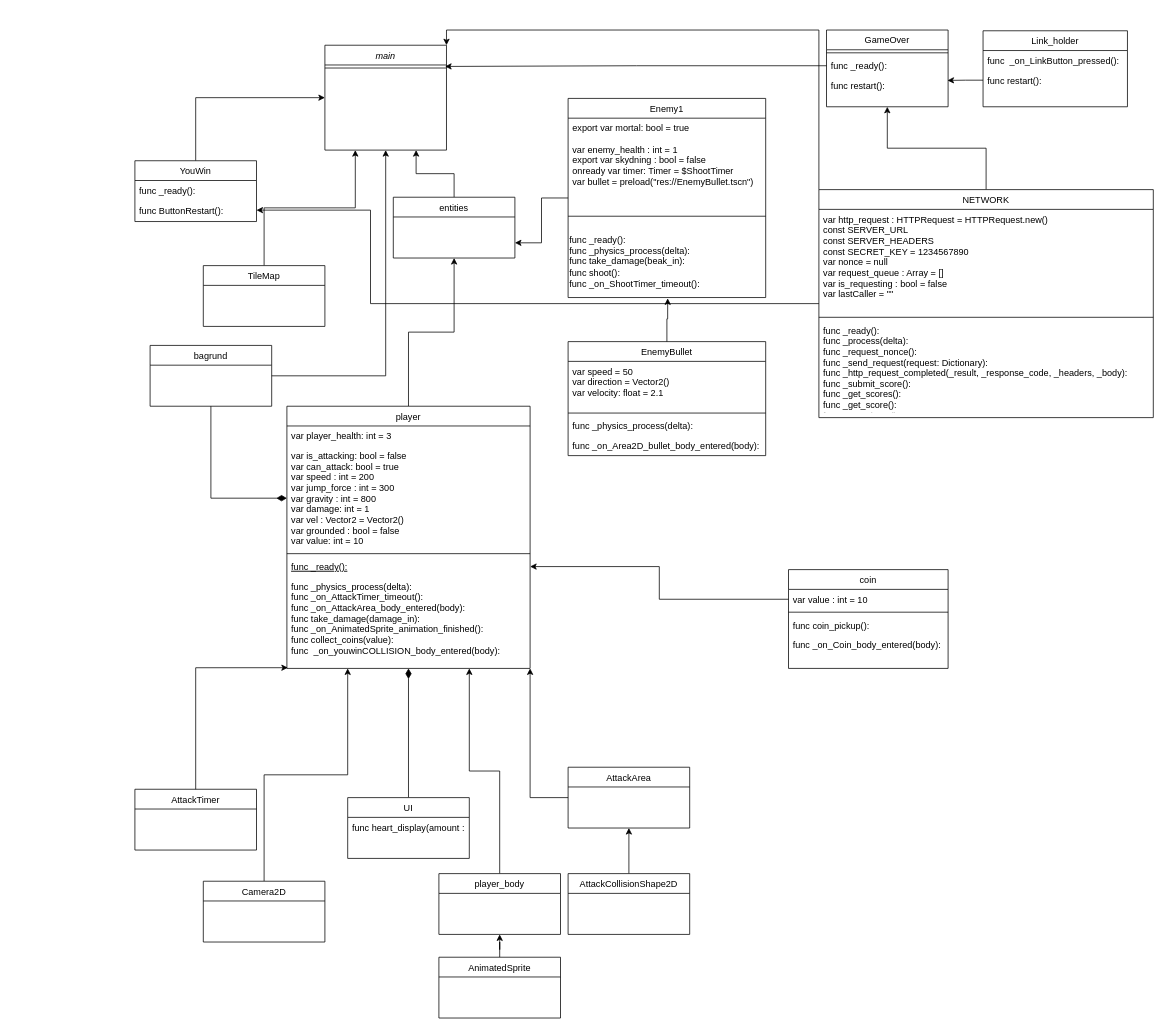
Before: Unavngivet diagram.drawio in Anasbananhovede/eksame-projekt, a draw.io diagram. Source tidied: cells renumbered, new cells numbered last; positions are measured from the earlier drawing's top-left corner, leaving out a move shared by most shapes. Both pictures are drawn from the tidied source at 76%, with x=0, y=0 at pixel (135, 30).
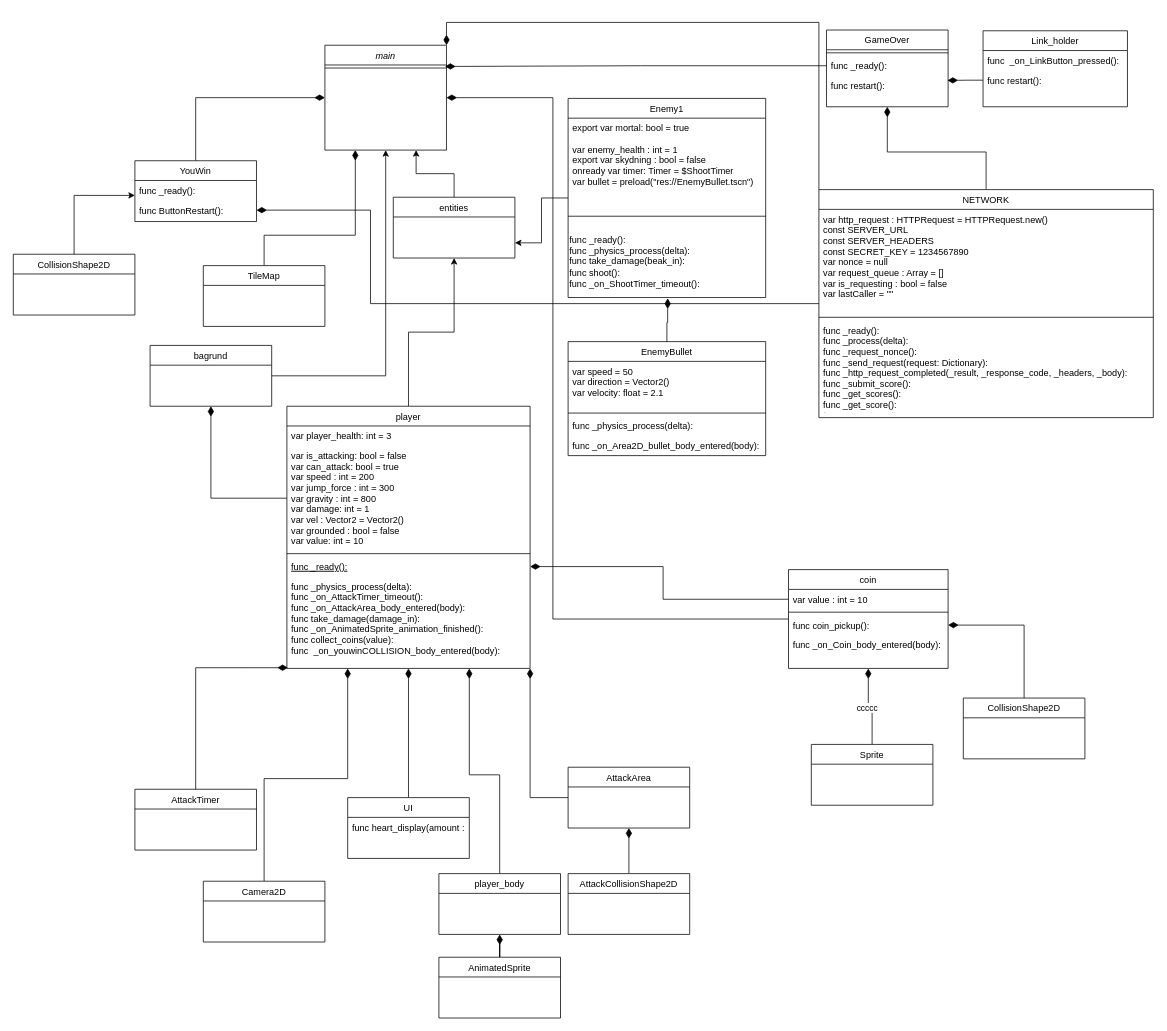
The same diagram, later.

Commit message:
næsten færdig, laver de sidste pile, og double checker om der noget jeg mangler at tilføje.drawio

Unchanged cells that the change refers to:
```xml
<mxCell id="2" value="main&#10;" style="swimlane;fontStyle=2;align=center;verticalAlign=top;horizontal=1;startSize=26;rounded=0;shadow=0;strokeWidth=1;" parent="1" vertex="1">
<mxCell id="3" style="line;html=1;strokeWidth=1;align=left;verticalAlign=middle;spacingTop=-1;spacingLeft=3;spacingRight=3;labelPosition=right;points=[];portConstraint=eastwest;" parent="2" vertex="1">
<mxCell id="5" value="player&#10;" style="swimlane;fontStyle=0;align=center;verticalAlign=top;horizontal=1;startSize=26;rounded=0;shadow=0;strokeWidth=1;" parent="1" vertex="1">
<mxCell id="7" value="var is_attacking: bool = false&#10;var can_attack: bool = true&#10;var speed : int = 200&#10;var jump_force : int = 300&#10;var gravity : int = 800&#10;var damage: int = 1&#10;var vel : Vector2 = Vector2()&#10;var grounded : bool = false&#10;var value: int = 10" style="text;align=left;verticalAlign=top;spacingLeft=4;spacingRight=4;overflow=hidden;points=[[0,0.5],[1,0.5]];portConstraint=eastwest;rounded=0;shadow=0;html=0;" parent="5" vertex="1">
<mxCell id="9" value="func _ready():&#10;&#10;" style="text;align=left;verticalAlign=top;spacingLeft=4;spacingRight=4;overflow=hidden;points=[[0,0.5],[1,0.5]];portConstraint=eastwest;fontStyle=4;" parent="5" vertex="1">
<mxCell id="10" value="func _physics_process(delta):&#10;func _on_AttackTimer_timeout():&#10;func _on_AttackArea_body_entered(body):&#10;func take_damage(damage_in):&#10;func _on_AnimatedSprite_animation_finished():&#10;func collect_coins(value):&#10;func  _on_youwinCOLLISION_body_entered(body):&#10;&#10;" style="text;align=left;verticalAlign=top;spacingLeft=4;spacingRight=4;overflow=hidden;points=[[0,0.5],[1,0.5]];portConstraint=eastwest;" parent="5" vertex="1">
<mxCell id="15" value="func _ready():&lt;br&gt;func _physics_process(delta):&lt;br&gt;func take_damage(beak_in):&lt;br&gt;func shoot():&lt;br&gt;func _on_ShootTimer_timeout():" style="text;html=1;align=left;verticalAlign=middle;points=[];strokeColor=none;fillColor=none;" parent="12" vertex="1">
<mxCell id="16" value="coin&#10;" style="swimlane;fontStyle=0;align=center;verticalAlign=top;horizontal=1;startSize=26;rounded=0;shadow=0;strokeWidth=1;" parent="1" vertex="1">
<mxCell id="17" value="var value : int = 10" style="text;align=left;verticalAlign=top;spacingLeft=4;spacingRight=4;overflow=hidden;points=[[0,0.5],[1,0.5]];portConstraint=eastwest;" parent="16" vertex="1">
<mxCell id="19" value="func coin_pickup():" style="text;align=left;verticalAlign=top;spacingLeft=4;spacingRight=4;overflow=hidden;points=[[0,0.5],[1,0.5]];portConstraint=eastwest;" parent="16" vertex="1">
<mxCell id="21" value="EnemyBullet" style="swimlane;fontStyle=0;align=center;verticalAlign=top;horizontal=1;startSize=26;rounded=0;shadow=0;strokeWidth=1;" parent="1" vertex="1">
<mxCell id="27" value="YouWin" style="swimlane;fontStyle=0;align=center;verticalAlign=top;horizontal=1;startSize=26;rounded=0;shadow=0;strokeWidth=1;" parent="1" vertex="1">
<mxCell id="29" value="func ButtonRestart():" style="text;align=left;verticalAlign=top;spacingLeft=4;spacingRight=4;overflow=hidden;points=[[0,0.5],[1,0.5]];portConstraint=eastwest;" parent="27" vertex="1">
<mxCell id="30" value="GameOver" style="swimlane;fontStyle=0;align=center;verticalAlign=top;horizontal=1;startSize=26;rounded=0;shadow=0;strokeWidth=1;" parent="1" vertex="1">
<mxCell id="32" value="func _ready():" style="text;align=left;verticalAlign=top;spacingLeft=4;spacingRight=4;overflow=hidden;points=[[0,0.5],[1,0.5]];portConstraint=eastwest;" parent="30" vertex="1">
<mxCell id="33" value="func restart():" style="text;align=left;verticalAlign=top;spacingLeft=4;spacingRight=4;overflow=hidden;points=[[0,0.5],[1,0.5]];portConstraint=eastwest;" parent="30" vertex="1">
<mxCell id="36" value="func restart():" style="text;align=left;verticalAlign=top;spacingLeft=4;spacingRight=4;overflow=hidden;points=[[0,0.5],[1,0.5]];portConstraint=eastwest;" parent="34" vertex="1">
<mxCell id="43" value="NETWORK" style="swimlane;fontStyle=0;align=center;verticalAlign=top;horizontal=1;startSize=26;rounded=0;shadow=0;strokeWidth=1;" parent="1" vertex="1">
<mxCell id="50" value="AttackArea" style="swimlane;fontStyle=0;align=center;verticalAlign=top;horizontal=1;startSize=26;rounded=0;shadow=0;strokeWidth=1;" parent="1" vertex="1">
<mxCell id="53" value="AttackCollisionShape2D" style="swimlane;fontStyle=0;align=center;verticalAlign=top;horizontal=1;startSize=26;rounded=0;shadow=0;strokeWidth=1;" parent="1" vertex="1">
<mxCell id="54" value="AttackTimer" style="swimlane;fontStyle=0;align=center;verticalAlign=top;horizontal=1;startSize=26;rounded=0;shadow=0;strokeWidth=1;" parent="1" vertex="1">
<mxCell id="57" value="Camera2D" style="swimlane;fontStyle=0;align=center;verticalAlign=top;horizontal=1;startSize=26;rounded=0;shadow=0;strokeWidth=1;" parent="1" vertex="1">
<mxCell id="59" value="player_body" style="swimlane;fontStyle=0;align=center;verticalAlign=top;horizontal=1;startSize=26;rounded=0;shadow=0;strokeWidth=1;" parent="1" vertex="1">
<mxCell id="61" value="AnimatedSprite" style="swimlane;fontStyle=0;align=center;verticalAlign=top;horizontal=1;startSize=26;rounded=0;shadow=0;strokeWidth=1;" parent="1" vertex="1">
<mxCell id="63" value="TileMap&#10;" style="swimlane;fontStyle=0;align=center;verticalAlign=top;horizontal=1;startSize=26;rounded=0;shadow=0;strokeWidth=1;" parent="1" vertex="1">
<mxCell id="68" value="bagrund" style="swimlane;fontStyle=0;align=center;verticalAlign=top;horizontal=1;startSize=26;rounded=0;shadow=0;strokeWidth=1;" parent="1" vertex="1">
```

The edit, as a diff of the source:
```diff
@@
+    <mxCell id="70" style="edgeStyle=orthogonalEdgeStyle;rounded=0;jettySize=auto;html=1;entryX=1;entryY=0.5;entryDx=0;entryDy=0;endArrow=diamondThin;endFill=1;endSize=11;" parent="1" edge="1" source="16" target="2">
+      <mxGeometry relative="1" as="geometry">
+        <Array as="points">
+          <mxPoint x="550" y="775" />
+          <mxPoint x="550" y="89" />
+        </Array>
+      </mxGeometry>
+    </mxCell>
@@
-    <mxCell id="26" style="edgeStyle=orthogonalEdgeStyle;rounded=0;jettySize=auto;html=1;entryX=0;entryY=0.5;entryDx=0;entryDy=0;exitX=0.5;exitY=0;exitDx=0;exitDy=0;" parent="1" edge="1" source="27" target="2">
+    <mxCell id="26" style="edgeStyle=orthogonalEdgeStyle;rounded=0;jettySize=auto;html=1;entryX=0;entryY=0.5;entryDx=0;entryDy=0;exitX=0.5;exitY=0;exitDx=0;exitDy=0;endArrow=diamondThin;endFill=1;endSize=11;" parent="1" edge="1" source="27" target="2">
       <mxGeometry relative="1" as="geometry" />
     </mxCell>
@@
-    <mxCell id="40" style="edgeStyle=orthogonalEdgeStyle;rounded=0;jettySize=auto;html=1;entryX=0.5;entryY=1;entryDx=0;entryDy=0;" parent="1" edge="1" source="43" target="30">
+    <mxCell id="40" style="edgeStyle=orthogonalEdgeStyle;rounded=0;jettySize=auto;html=1;entryX=0.5;entryY=1;entryDx=0;entryDy=0;endArrow=diamondThin;endFill=1;endSize=11;" parent="1" edge="1" source="43" target="30">
       <mxGeometry relative="1" as="geometry" />
     </mxCell>
-    <mxCell id="41" style="edgeStyle=orthogonalEdgeStyle;rounded=0;jettySize=auto;html=1;exitX=0;exitY=0;exitDx=0;exitDy=0;entryX=1;entryY=0;entryDx=0;entryDy=0;" parent="1" edge="1" source="43" target="2">
+    <mxCell id="41" style="edgeStyle=orthogonalEdgeStyle;rounded=0;jettySize=auto;html=1;exitX=0;exitY=0;exitDx=0;exitDy=0;entryX=1;entryY=0;entryDx=0;entryDy=0;endArrow=diamondThin;endFill=1;endSize=11;" parent="1" edge="1" source="43" target="2">
       <mxGeometry relative="1" as="geometry" />
     </mxCell>
-    <mxCell id="42" style="edgeStyle=orthogonalEdgeStyle;rounded=0;jettySize=auto;html=1;entryX=1;entryY=0.5;entryDx=0;entryDy=0;" parent="1" edge="1" source="43" target="29">
+    <mxCell id="42" style="edgeStyle=orthogonalEdgeStyle;rounded=0;jettySize=auto;html=1;entryX=1;entryY=0.5;entryDx=0;entryDy=0;endArrow=diamondThin;endFill=1;endSize=11;" parent="1" edge="1" source="43" target="29">
       <mxGeometry relative="1" as="geometry">
         <Array as="points">
           <mxPoint x="310" y="360" />
           <mxPoint x="310" y="237" />
         </Array>
       </mxGeometry>
     </mxCell>
@@
-    <mxCell id="47" style="edgeStyle=orthogonalEdgeStyle;rounded=0;jettySize=auto;html=1;entryX=0.504;entryY=1.034;entryDx=0;entryDy=0;entryPerimeter=0;" parent="1" edge="1" source="21" target="15">
+    <mxCell id="47" style="edgeStyle=orthogonalEdgeStyle;rounded=0;jettySize=auto;html=1;entryX=0.504;entryY=1.034;entryDx=0;entryDy=0;entryPerimeter=0;endArrow=diamondThin;endFill=1;endSize=11;" parent="1" edge="1" source="21" target="15">
       <mxGeometry relative="1" as="geometry" />
     </mxCell>
-    <mxCell id="48" style="edgeStyle=orthogonalEdgeStyle;rounded=0;jettySize=auto;html=1;entryX=0.995;entryY=0.243;entryDx=0;entryDy=0;entryPerimeter=0;" parent="1" edge="1" source="36" target="33">
+    <mxCell id="48" style="edgeStyle=orthogonalEdgeStyle;rounded=0;jettySize=auto;html=1;entryX=0.995;entryY=0.243;entryDx=0;entryDy=0;entryPerimeter=0;endSize=11;endArrow=diamondThin;endFill=1;" parent="1" edge="1" source="36" target="33">
       <mxGeometry relative="1" as="geometry" />
     </mxCell>
-    <mxCell id="49" style="edgeStyle=orthogonalEdgeStyle;rounded=0;jettySize=auto;html=1;exitX=0;exitY=0.5;exitDx=0;exitDy=0;entryX=0.988;entryY=0.241;entryDx=0;entryDy=0;entryPerimeter=0;" parent="1" edge="1" source="32" target="3">
+    <mxCell id="49" style="edgeStyle=orthogonalEdgeStyle;rounded=0;jettySize=auto;html=1;exitX=0;exitY=0.5;exitDx=0;exitDy=0;entryX=0.988;entryY=0.241;entryDx=0;entryDy=0;entryPerimeter=0;endArrow=diamondThin;endFill=1;endSize=11;" parent="1" edge="1" source="32" target="3">
       <mxGeometry relative="1" as="geometry" />
     </mxCell>
@@
-    <mxCell id="51" style="edgeStyle=orthogonalEdgeStyle;rounded=0;jettySize=auto;html=1;entryX=1;entryY=1;entryDx=0;entryDy=0;" parent="1" edge="1" source="50" target="5">
+    <mxCell id="51" style="edgeStyle=orthogonalEdgeStyle;rounded=0;jettySize=auto;html=1;entryX=1;entryY=1;entryDx=0;entryDy=0;endArrow=diamondThin;endFill=1;endSize=11;" parent="1" edge="1" source="50" target="5">
       <mxGeometry relative="1" as="geometry" />
     </mxCell>
-    <mxCell id="52" style="edgeStyle=orthogonalEdgeStyle;rounded=0;jettySize=auto;html=1;entryX=0.5;entryY=1;entryDx=0;entryDy=0;" parent="1" edge="1" source="53" target="50">
+    <mxCell id="52" style="edgeStyle=orthogonalEdgeStyle;rounded=0;jettySize=auto;html=1;entryX=0.5;entryY=1;entryDx=0;entryDy=0;endArrow=diamondThin;endFill=1;endSize=11;" parent="1" edge="1" source="53" target="50">
       <mxGeometry relative="1" as="geometry" />
     </mxCell>
@@
-    <mxCell id="55" style="edgeStyle=orthogonalEdgeStyle;rounded=0;jettySize=auto;html=1;entryX=0.004;entryY=1.035;entryDx=0;entryDy=0;entryPerimeter=0;" parent="1" edge="1" source="54" target="10">
+    <mxCell id="55" style="edgeStyle=orthogonalEdgeStyle;rounded=0;jettySize=auto;html=1;entryX=0.004;entryY=1.035;entryDx=0;entryDy=0;entryPerimeter=0;endSize=11;endArrow=diamondThin;endFill=1;" parent="1" edge="1" source="54" target="10">
       <mxGeometry relative="1" as="geometry" />
     </mxCell>
-    <mxCell id="56" style="edgeStyle=orthogonalEdgeStyle;rounded=0;jettySize=auto;html=1;entryX=0.25;entryY=1;entryDx=0;entryDy=0;" parent="1" edge="1" source="57" target="5">
+    <mxCell id="56" style="edgeStyle=orthogonalEdgeStyle;rounded=0;jettySize=auto;html=1;entryX=0.25;entryY=1;entryDx=0;entryDy=0;endArrow=diamondThin;endFill=1;endSize=11;" parent="1" edge="1" source="57" target="5">
       <mxGeometry relative="1" as="geometry" />
     </mxCell>
@@
-    <mxCell id="58" style="edgeStyle=orthogonalEdgeStyle;rounded=0;jettySize=auto;html=1;entryX=0.75;entryY=1;entryDx=0;entryDy=0;" parent="1" edge="1" source="59" target="5">
+    <mxCell id="58" style="edgeStyle=orthogonalEdgeStyle;rounded=0;jettySize=auto;html=1;entryX=0.75;entryY=1;entryDx=0;entryDy=0;endArrow=diamondThin;endFill=1;endSize=11;" parent="1" edge="1" source="59" target="5">
       <mxGeometry relative="1" as="geometry" />
     </mxCell>
@@
-    <mxCell id="60" style="edgeStyle=orthogonalEdgeStyle;rounded=0;jettySize=auto;html=1;entryX=0.5;entryY=1;entryDx=0;entryDy=0;" parent="1" edge="1" source="61" target="59">
+    <mxCell id="60" style="edgeStyle=orthogonalEdgeStyle;rounded=0;jettySize=auto;html=1;entryX=0.5;entryY=1;entryDx=0;entryDy=0;endArrow=diamondThin;endFill=1;endSize=11;" parent="1" edge="1" source="61" target="59">
       <mxGeometry relative="1" as="geometry" />
     </mxCell>
@@
-    <mxCell id="62" style="edgeStyle=orthogonalEdgeStyle;rounded=0;jettySize=auto;html=1;entryX=0.25;entryY=1;entryDx=0;entryDy=0;" parent="1" edge="1" source="63" target="2">
-      <mxGeometry relative="1" as="geometry" />
+    <mxCell id="62" style="edgeStyle=orthogonalEdgeStyle;rounded=0;jettySize=auto;html=1;entryX=0.25;entryY=1;entryDx=0;entryDy=0;endArrow=diamondThin;endFill=1;endSize=11;" parent="1" edge="1" source="63" target="2">
+      <mxGeometry relative="1" as="geometry">
+        <Array as="points">
+          <mxPoint x="170" y="270" />
+          <mxPoint x="290" y="270" />
+        </Array>
+      </mxGeometry>
     </mxCell>
@@
-    <mxCell id="66" style="edgeStyle=orthogonalEdgeStyle;rounded=0;jettySize=auto;html=1;entryX=0;entryY=0.5;entryDx=0;entryDy=0;endArrow=diamondThin;endFill=1;endSize=11;" parent="1" edge="1" source="68" target="7">
+    <mxCell id="66" style="edgeStyle=orthogonalEdgeStyle;rounded=0;jettySize=auto;html=1;entryX=0.5;entryY=1;entryDx=0;entryDy=0;endArrow=diamondThin;endFill=1;endSize=11;exitX=0;exitY=0.5;exitDx=0;exitDy=0;" parent="1" edge="1" source="7" target="68">
       <mxGeometry relative="1" as="geometry" />
     </mxCell>
@@
-    <mxCell id="69" style="edgeStyle=orthogonalEdgeStyle;rounded=0;jettySize=auto;html=1;entryX=1;entryY=0.5;entryDx=0;entryDy=0;" parent="1" edge="1" source="17" target="9">
+    <mxCell id="69" style="edgeStyle=orthogonalEdgeStyle;rounded=0;jettySize=auto;html=1;entryX=1;entryY=0.5;entryDx=0;entryDy=0;endArrow=diamondThin;endFill=1;endSize=11;" parent="1" edge="1" source="17" target="9">
       <mxGeometry relative="1" as="geometry" />
     </mxCell>
+    <mxCell id="71" value="CollisionShape2D" style="swimlane;fontStyle=0;align=center;verticalAlign=top;horizontal=1;startSize=26;rounded=0;shadow=0;strokeWidth=1;" parent="1" vertex="1">
+      <mxGeometry x="-160" y="295" width="160" height="80" as="geometry" />
+    </mxCell>
+    <mxCell id="72" style="edgeStyle=orthogonalEdgeStyle;rounded=0;jettySize=auto;html=1;entryX=0;entryY=-0.245;entryDx=0;entryDy=0;entryPerimeter=0;" parent="1" edge="1" source="71" target="29">
+      <mxGeometry relative="1" as="geometry" />
+    </mxCell>
+    <mxCell id="73" style="edgeStyle=orthogonalEdgeStyle;rounded=0;jettySize=auto;html=1;entryX=1;entryY=0.5;entryDx=0;entryDy=0;endArrow=diamondThin;endFill=1;endSize=11;" parent="1" edge="1" source="74" target="19">
+      <mxGeometry relative="1" as="geometry" />
+    </mxCell>
+    <mxCell id="74" value="CollisionShape2D" style="swimlane;fontStyle=0;align=center;verticalAlign=top;horizontal=1;startSize=26;rounded=0;shadow=0;strokeWidth=1;" parent="1" vertex="1">
+      <mxGeometry x="1090" y="879" width="160" height="80" as="geometry" />
+    </mxCell>
+    <mxCell id="75" value="ccccc&amp;nbsp;" style="edgeStyle=orthogonalEdgeStyle;rounded=0;jettySize=auto;html=1;entryX=0.5;entryY=1;entryDx=0;entryDy=0;endArrow=diamondThin;endFill=1;endSize=11;" parent="1" edge="1" source="76" target="16">
+      <mxGeometry relative="1" as="geometry" />
+    </mxCell>
+    <mxCell id="76" value="Sprite&#10;" style="swimlane;fontStyle=0;align=center;verticalAlign=top;horizontal=1;startSize=26;rounded=0;shadow=0;strokeWidth=1;" parent="1" vertex="1">
+      <mxGeometry x="890" y="940" width="160" height="80" as="geometry" />
+    </mxCell>
```
